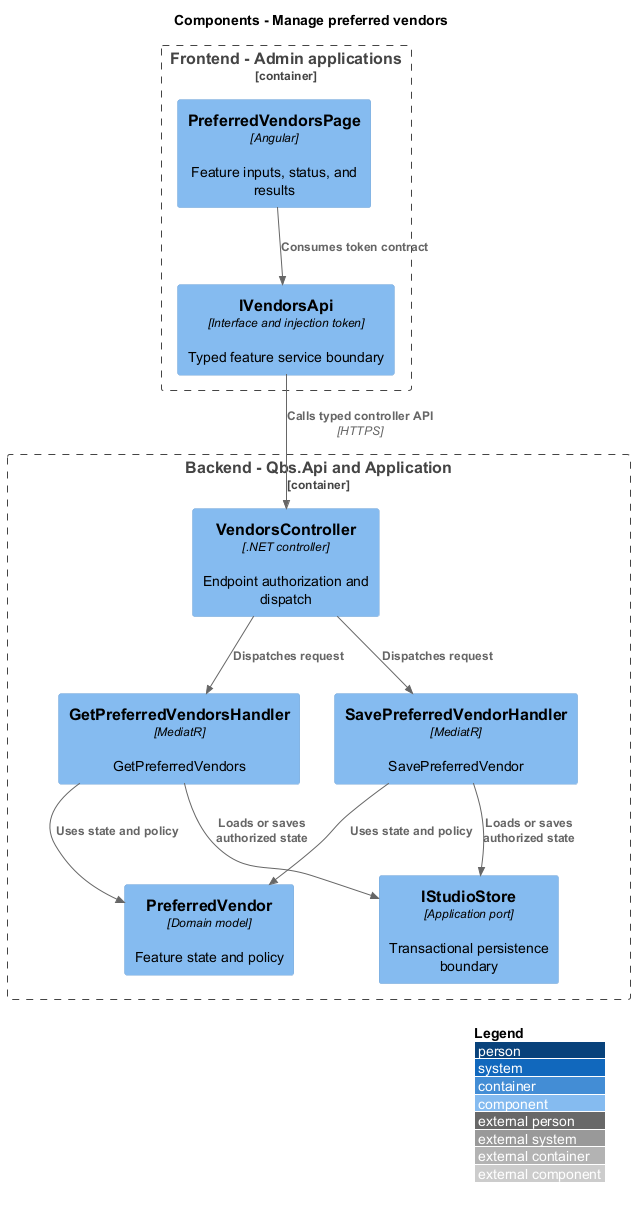
Above: docs/detailed-designs/studio-resources/manage-preferred-vendors/diagrams/c4-component.png in QuinntyneBrown/quinntyne-brown-studio (PlantUML), before the change.
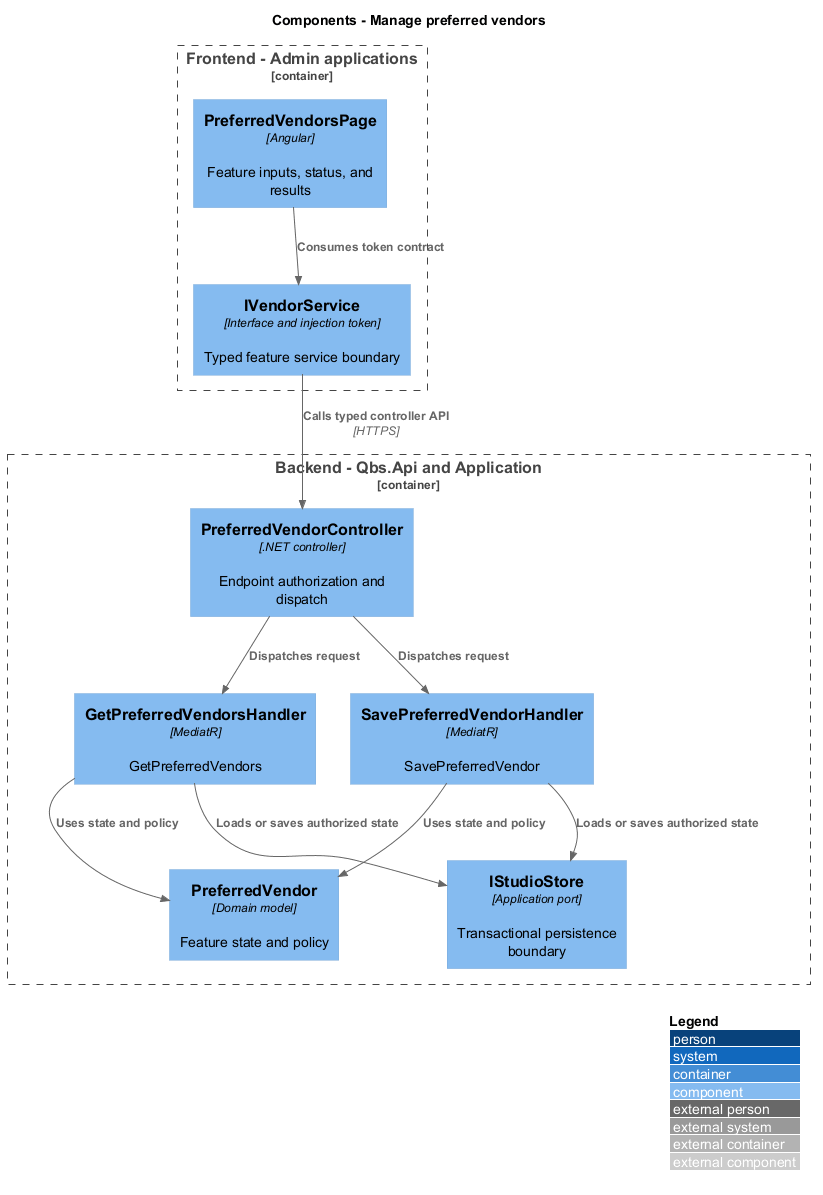
The same file after the commit.

Change to the diagram source:
```diff
@@ -4,10 +4,10 @@
 title Components - Manage preferred vendors
 Container_Boundary(frontend, "Frontend - Admin applications") {
  Component(page, "PreferredVendorsPage", "Angular", "Feature inputs, status, and results")
- Component(client, "IVendorsApi", "Interface and injection token", "Typed feature service boundary")
+ Component(client, "IVendorService", "Interface and injection token", "Typed feature service boundary")
 }
 Container_Boundary(api, "Backend - Qbs.Api and Application") {
- Component(ctrl, "VendorsController", ".NET controller", "Endpoint authorization and dispatch")
+ Component(ctrl, "PreferredVendorController", ".NET controller", "Endpoint authorization and dispatch")
  Component(handler0, "GetPreferredVendorsHandler", "MediatR", "GetPreferredVendors")
  Component(handler1, "SavePreferredVendorHandler", "MediatR", "SavePreferredVendor")
  Component(entity, "PreferredVendor", "Domain model", "Feature state and policy")
```
